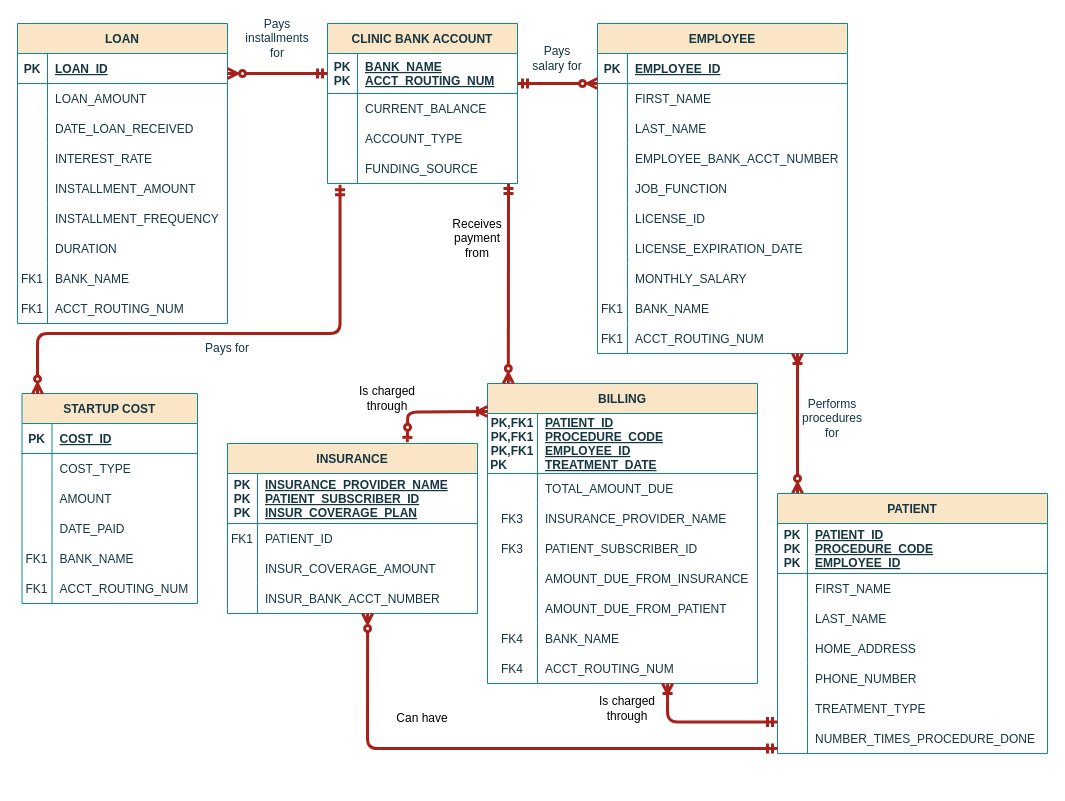
Earlier version of the draw.io diagram hw.drawio (donjuli990/HW1). Source tidied: cells renumbered, new cells numbered last; positions are measured from the earlier drawing's top-left corner, leaving out a move shared by most shapes. Both pictures are drawn from the tidied source at 100%, with x=0, y=0 at pixel (17, 23).
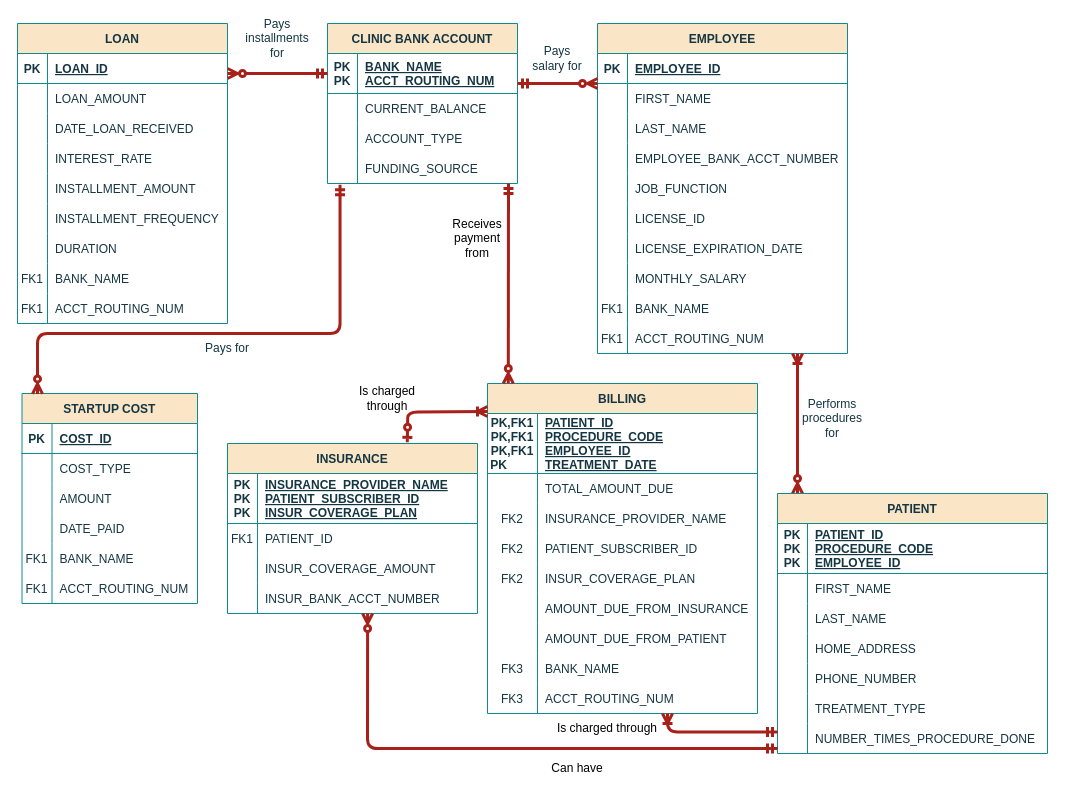
The same diagram, later.

The change refers to these unchanged cells:
```xml
<mxCell id="40" style="shape=partialRectangle;fillColor=none;top=0;left=0;right=0;bottom=0;labelBackgroundColor=none;strokeColor=#0F8B8D;fontColor=#143642;" parent="33" vertex="1">
  <mxGeometry y="120" width="270" height="30" as="geometry" />
</mxCell>
<mxCell id="43" style="shape=partialRectangle;fillColor=none;top=0;left=0;right=0;bottom=0;labelBackgroundColor=none;strokeColor=#0F8B8D;fontColor=#143642;" parent="33" vertex="1">
  <mxGeometry y="150" width="270" height="30" as="geometry" />
</mxCell>
<mxCell id="46" style="shape=partialRectangle;fillColor=none;top=0;left=0;right=0;bottom=0;labelBackgroundColor=none;strokeColor=#0F8B8D;fontColor=#143642;" parent="33" vertex="1">
  <mxGeometry y="180" width="270" height="30" as="geometry" />
</mxCell>
<mxCell id="49" style="shape=partialRectangle;fillColor=none;top=0;left=0;right=0;bottom=0;labelBackgroundColor=none;strokeColor=#0F8B8D;fontColor=#143642;" parent="33" vertex="1">
  <mxGeometry y="210" width="270" height="30" as="geometry" />
</mxCell>
<mxCell id="52" style="shape=partialRectangle;fillColor=none;top=0;left=0;right=0;bottom=0;labelBackgroundColor=none;strokeColor=#0F8B8D;fontColor=#143642;" parent="33" vertex="1">
  <mxGeometry y="240" width="270" height="30" as="geometry" />
</mxCell>
<mxCell id="55" style="shape=partialRectangle;fillColor=none;top=0;left=0;right=0;bottom=0;labelBackgroundColor=none;strokeColor=#0F8B8D;fontColor=#143642;" parent="33" vertex="1">
  <mxGeometry y="270" width="270" height="30" as="geometry" />
</mxCell>
<mxCell id="162" style="shape=partialRectangle;fillColor=none;points=[[0,0.5],[1,0.5]];portConstraint=eastwest;top=0;left=0;right=0;bottom=0;labelBackgroundColor=none;strokeColor=#0F8B8D;fontColor=#143642;" parent="143" vertex="1">
  <mxGeometry y="230" width="270" height="30" as="geometry" />
</mxCell>
```

The edit, as a diff of the source:
```diff
@@
     <mxCell id="33" value="BILLING" style="shape=table;startSize=30;childLayout=tableLayout;rowLines=0;fontStyle=1;align=center;labelBackgroundColor=none;fillColor=#FAE5C7;strokeColor=#0F8B8D;fontColor=#143642;" parent="1" vertex="1">
-      <mxGeometry x="470" y="360" width="270" height="300" as="geometry" />
+      <mxGeometry x="470" y="360" width="270" height="330" as="geometry" />
     </mxCell>
@@
-    <mxCell id="41" value="FK3" style="shape=partialRectangle;overflow=hidden;fillColor=none;top=0;left=0;bottom=0;right=0;labelBackgroundColor=none;strokeColor=#0F8B8D;fontColor=#143642;" parent="40" vertex="1">
+    <mxCell id="41" value="FK2" style="shape=partialRectangle;overflow=hidden;fillColor=none;top=0;left=0;bottom=0;right=0;labelBackgroundColor=none;strokeColor=#0F8B8D;fontColor=#143642;" parent="40" vertex="1">
       <mxGeometry width="50" height="30" as="geometry" />
     </mxCell>
@@
-    <mxCell id="44" value="FK3" style="shape=partialRectangle;overflow=hidden;fillColor=none;top=0;left=0;bottom=0;right=0;labelBackgroundColor=none;strokeColor=#0F8B8D;fontColor=#143642;" parent="43" vertex="1">
+    <mxCell id="44" value="FK2" style="shape=partialRectangle;overflow=hidden;fillColor=none;top=0;left=0;bottom=0;right=0;labelBackgroundColor=none;strokeColor=#0F8B8D;fontColor=#143642;" parent="43" vertex="1">
       <mxGeometry width="50" height="30" as="geometry" />
     </mxCell>
@@
-    <mxCell id="47" style="shape=partialRectangle;overflow=hidden;fillColor=none;top=0;left=0;bottom=0;right=0;labelBackgroundColor=none;strokeColor=#0F8B8D;fontColor=#143642;" parent="46" vertex="1">
+    <mxCell id="47" value="FK2" style="shape=partialRectangle;overflow=hidden;fillColor=none;top=0;left=0;bottom=0;right=0;labelBackgroundColor=none;strokeColor=#0F8B8D;fontColor=#143642;" parent="46" vertex="1">
       <mxGeometry width="50" height="30" as="geometry" />
     </mxCell>
-    <mxCell id="48" value="AMOUNT_DUE_FROM_INSURANCE" style="shape=partialRectangle;overflow=hidden;fillColor=none;top=0;left=0;bottom=0;right=0;align=left;spacingLeft=6;labelBackgroundColor=none;strokeColor=#0F8B8D;fontColor=#143642;" parent="46" vertex="1">
+    <mxCell id="48" value="INSUR_COVERAGE_PLAN" style="shape=partialRectangle;overflow=hidden;fillColor=none;top=0;left=0;bottom=0;right=0;align=left;spacingLeft=6;labelBackgroundColor=none;strokeColor=#0F8B8D;fontColor=#143642;" parent="46" vertex="1">
       <mxGeometry x="50" width="220" height="30" as="geometry" />
     </mxCell>
@@
-    <mxCell id="51" value="AMOUNT_DUE_FROM_PATIENT" style="shape=partialRectangle;overflow=hidden;fillColor=none;top=0;left=0;bottom=0;right=0;align=left;spacingLeft=6;labelBackgroundColor=none;strokeColor=#0F8B8D;fontColor=#143642;" parent="49" vertex="1">
+    <mxCell id="51" value="AMOUNT_DUE_FROM_INSURANCE" style="shape=partialRectangle;overflow=hidden;fillColor=none;top=0;left=0;bottom=0;right=0;align=left;spacingLeft=6;labelBackgroundColor=none;strokeColor=#0F8B8D;fontColor=#143642;" parent="49" vertex="1">
       <mxGeometry x="50" width="220" height="30" as="geometry" />
     </mxCell>
@@
-    <mxCell id="53" value="FK4" style="shape=partialRectangle;overflow=hidden;fillColor=none;top=0;left=0;bottom=0;right=0;labelBackgroundColor=none;strokeColor=#0F8B8D;fontColor=#143642;" parent="52" vertex="1">
+    <mxCell id="53" style="shape=partialRectangle;overflow=hidden;fillColor=none;top=0;left=0;bottom=0;right=0;labelBackgroundColor=none;strokeColor=#0F8B8D;fontColor=#143642;" parent="52" vertex="1">
       <mxGeometry width="50" height="30" as="geometry" />
     </mxCell>
-    <mxCell id="54" value="BANK_NAME" style="shape=partialRectangle;overflow=hidden;fillColor=none;top=0;left=0;bottom=0;right=0;align=left;spacingLeft=6;labelBackgroundColor=none;strokeColor=#0F8B8D;fontColor=#143642;" parent="52" vertex="1">
+    <mxCell id="54" value="AMOUNT_DUE_FROM_PATIENT" style="shape=partialRectangle;overflow=hidden;fillColor=none;top=0;left=0;bottom=0;right=0;align=left;spacingLeft=6;labelBackgroundColor=none;strokeColor=#0F8B8D;fontColor=#143642;" parent="52" vertex="1">
       <mxGeometry x="50" width="220" height="30" as="geometry" />
     </mxCell>
@@
-    <mxCell id="56" value="FK4" style="shape=partialRectangle;overflow=hidden;fillColor=none;top=0;left=0;bottom=0;right=0;labelBackgroundColor=none;strokeColor=#0F8B8D;fontColor=#143642;" parent="55" vertex="1">
+    <mxCell id="56" value="FK3" style="shape=partialRectangle;overflow=hidden;fillColor=none;top=0;left=0;bottom=0;right=0;labelBackgroundColor=none;strokeColor=#0F8B8D;fontColor=#143642;" parent="55" vertex="1">
       <mxGeometry width="50" height="30" as="geometry" />
     </mxCell>
-    <mxCell id="57" value="ACCT_ROUTING_NUM" style="shape=partialRectangle;overflow=hidden;fillColor=none;top=0;left=0;bottom=0;right=0;align=left;spacingLeft=6;labelBackgroundColor=none;strokeColor=#0F8B8D;fontColor=#143642;" parent="55" vertex="1">
+    <mxCell id="57" value="BANK_NAME" style="shape=partialRectangle;overflow=hidden;fillColor=none;top=0;left=0;bottom=0;right=0;align=left;spacingLeft=6;labelBackgroundColor=none;strokeColor=#0F8B8D;fontColor=#143642;" parent="55" vertex="1">
       <mxGeometry x="50" width="220" height="30" as="geometry" />
     </mxCell>
+    <mxCell id="169" style="shape=partialRectangle;fillColor=none;top=0;left=0;right=0;bottom=0;labelBackgroundColor=none;strokeColor=#0F8B8D;fontColor=#143642;" parent="33" vertex="1">
+      <mxGeometry y="300" width="270" height="30" as="geometry" />
+    </mxCell>
+    <mxCell id="170" value="FK3" style="shape=partialRectangle;overflow=hidden;fillColor=none;top=0;left=0;bottom=0;right=0;labelBackgroundColor=none;strokeColor=#0F8B8D;fontColor=#143642;" parent="169" vertex="1">
+      <mxGeometry width="50" height="30" as="geometry" />
+    </mxCell>
+    <mxCell id="171" value="ACCT_ROUTING_NUM" style="shape=partialRectangle;overflow=hidden;fillColor=none;top=0;left=0;bottom=0;right=0;align=left;spacingLeft=6;labelBackgroundColor=none;strokeColor=#0F8B8D;fontColor=#143642;" parent="169" vertex="1">
+      <mxGeometry x="50" width="220" height="30" as="geometry" />
+    </mxCell>
@@
-    <mxCell id="165" style="endArrow=ERmandOne;startArrow=ERoneToMany;endFill=0;startFill=0;labelBackgroundColor=none;strokeColor=#A8201A;fontColor=default;strokeWidth=3;edgeStyle=elbowEdgeStyle;exitX=0.556;exitY=1.159;exitDx=0;exitDy=0;exitPerimeter=0;entryX=0;entryY=-0.052;entryDx=0;entryDy=0;entryPerimeter=0;" parent="1" edge="1" target="162">
+    <mxCell id="165" style="endArrow=ERmandOne;startArrow=ERoneToMany;endFill=0;startFill=0;labelBackgroundColor=none;strokeColor=#A8201A;fontColor=default;strokeWidth=3;edgeStyle=elbowEdgeStyle;entryX=0;entryY=-0.052;entryDx=0;entryDy=0;entryPerimeter=0;" parent="1" edge="1">
       <mxGeometry relative="1" as="geometry">
-        <mxPoint x="650.1" y="660" as="sourcePoint" />
+        <mxPoint x="650" y="690" as="sourcePoint" />
+        <mxPoint x="760" y="708.4" as="targetPoint" />
         <Array as="points">
-          <mxPoint x="650" y="725.2" />
-          <mxPoint x="884.8" y="594.1" />
+          <mxPoint x="650" y="735.2" />
+          <mxPoint x="884.8" y="604.1" />
         </Array>
       </mxGeometry>
     </mxCell>
     <mxCell id="166" value="Is charged through" style="text;html=1;align=center;verticalAlign=middle;whiteSpace=wrap;rounded=0;" parent="1" vertex="1">
-      <mxGeometry x="580" y="670" width="60" height="30" as="geometry" />
+      <mxGeometry x="530" y="690" width="120" height="30" as="geometry" />
     </mxCell>
@@
     <mxCell id="168" value="Can have" style="text;html=1;align=center;verticalAlign=middle;whiteSpace=wrap;rounded=0;" parent="1" vertex="1">
-      <mxGeometry x="375" y="680" width="60" height="30" as="geometry" />
+      <mxGeometry x="530" y="730" width="60" height="30" as="geometry" />
     </mxCell>
```
